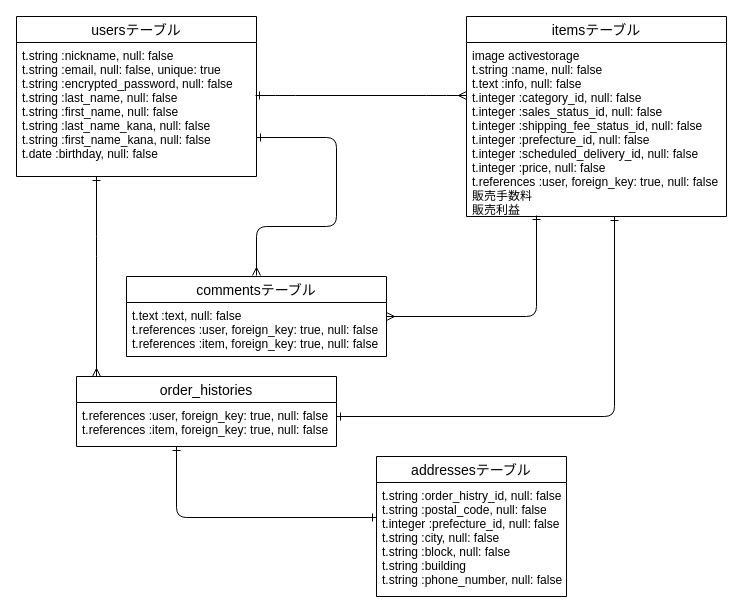
Earlier version of the draw.io diagram er.dio (ASHINA4/furima-35894). Source tidied: cells renumbered, new cells numbered last; positions are measured from the earlier drawing's top-left corner, leaving out a move shared by most shapes. Both pictures are drawn from the tidied source at 100%, with x=0, y=0 at pixel (16, 16).
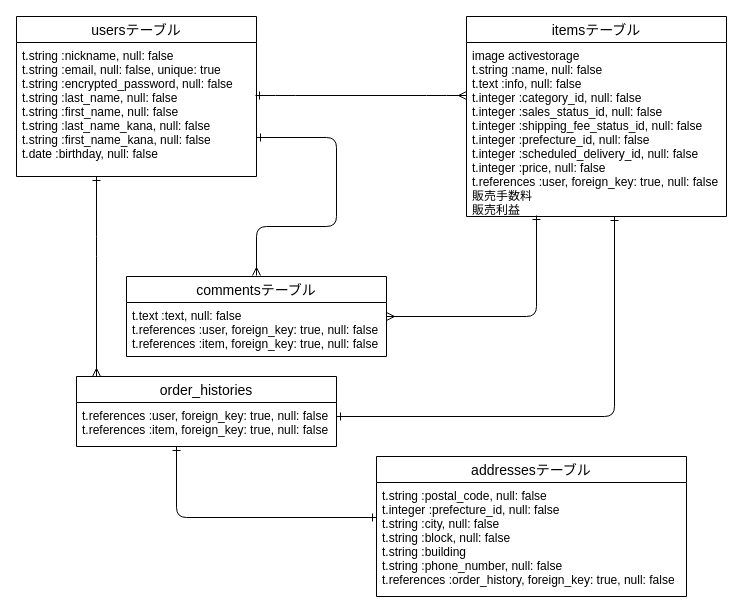
After the change.

Commit message (it also covers changes not shown here):
修正：コードレビュー６回目

Diff of the diagram source:
```diff
@@
     <mxCell id="6" value="addressesテーブル" style="swimlane;fontStyle=0;horizontal=1;startSize=26;align=center;fontSize=14;" parent="1" vertex="1">
-      <mxGeometry x="360" y="440" width="190" height="140" as="geometry" />
+      <mxGeometry x="360" y="440" width="310" height="140" as="geometry" />
     </mxCell>
-    <mxCell id="7" value="t.string :order_histry_id, null: false&#10;t.string :postal_code, null: false&#10;t.integer :prefecture_id, null: false&#10;t.string :city,          null: false&#10;t.string :block,         null: false&#10;      t.string :building&#10;      t.string :phone_number, null: false" style="text;strokeColor=none;fillColor=none;spacingLeft=4;spacingRight=4;overflow=hidden;fontSize=12;" parent="6" vertex="1">
-      <mxGeometry y="26" width="190" height="114" as="geometry" />
+    <mxCell id="7" value="t.string :postal_code, null: false&#10;t.integer :prefecture_id, null: false&#10;t.string :city,          null: false&#10;t.string :block,         null: false&#10;      t.string :building&#10;      t.string :phone_number, null: false&#10;t.references :order_history, foreign_key: true, null: false" style="text;strokeColor=none;fillColor=none;spacingLeft=4;spacingRight=4;overflow=hidden;fontSize=12;" parent="6" vertex="1">
+      <mxGeometry y="26" width="310" height="114" as="geometry" />
     </mxCell>
```
